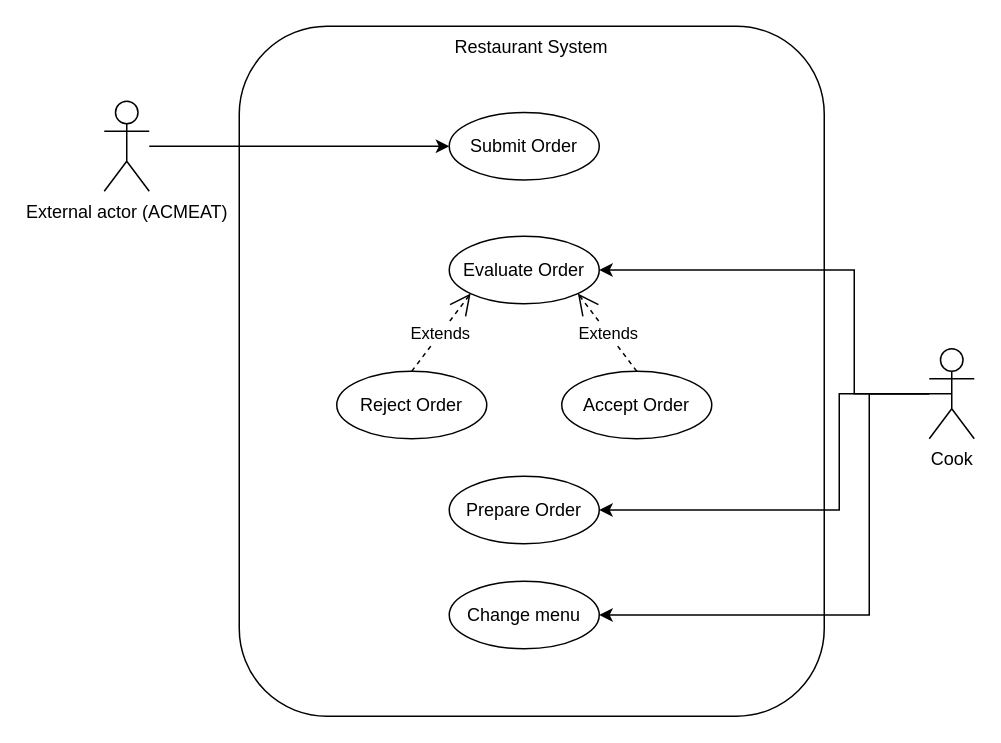
Before: restaurants/docs/UseCaseDiagram.drawio in romanellas24/ASMProject, a draw.io diagram. Source tidied: cells renumbered, new cells numbered last; positions are measured from the earlier drawing's top-left corner, leaving out a move shared by most shapes. Both pictures are drawn from the tidied source at 150%, with x=0, y=0 at pixel (104, 26).
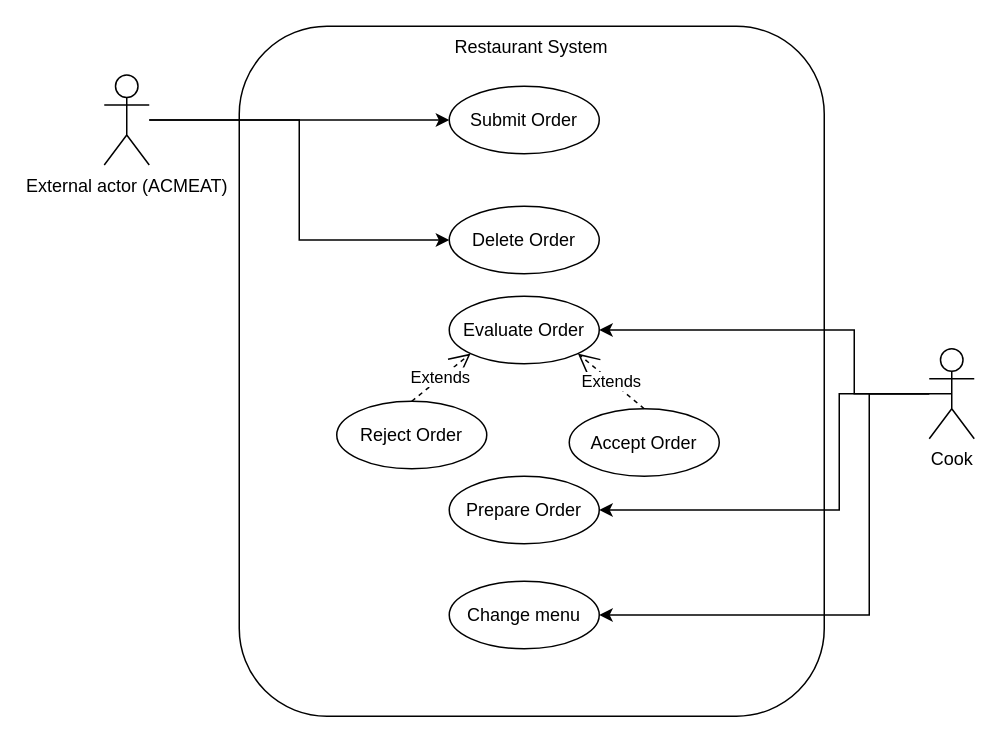
After the change.

Commit message:
useCase diagram fix

The change refers to these unchanged cells:
```xml
<mxCell id="14" value="Cook" style="shape=umlActor;verticalLabelPosition=bottom;verticalAlign=top;html=1;" parent="1" vertex="1">
  <mxGeometry x="550" y="215" width="30" height="60" as="geometry" />
</mxCell>
```

Change to the diagram source:
```diff
@@
+    <mxCell id="17" style="edgeStyle=orthogonalEdgeStyle;rounded=0;jettySize=auto;html=1;entryX=0;entryY=0.5;entryDx=0;entryDy=0;" parent="1" edge="1" source="4" target="18">
+      <mxGeometry relative="1" as="geometry" />
+    </mxCell>
     <mxCell id="4" value="External actor (ACMEAT)" style="shape=umlActor;verticalLabelPosition=bottom;verticalAlign=top;html=1;" parent="1" vertex="1">
-      <mxGeometry y="50" width="30" height="60" as="geometry" />
+      <mxGeometry y="32.5" width="30" height="60" as="geometry" />
     </mxCell>
     <mxCell id="5" value="Submit Order" style="ellipse;whiteSpace=wrap;html=1;" parent="1" vertex="1">
-      <mxGeometry x="230" y="57.5" width="100" height="45" as="geometry" />
+      <mxGeometry x="230" y="40" width="100" height="45" as="geometry" />
     </mxCell>
     <mxCell id="6" value="Evaluate Order" style="ellipse;whiteSpace=wrap;html=1;" parent="1" vertex="1">
-      <mxGeometry x="230" y="140" width="100" height="45" as="geometry" />
+      <mxGeometry x="230" y="180" width="100" height="45" as="geometry" />
     </mxCell>
     <mxCell id="7" value="Accept Order" style="ellipse;whiteSpace=wrap;html=1;" parent="1" vertex="1">
-      <mxGeometry x="305" y="230" width="100" height="45" as="geometry" />
+      <mxGeometry x="310" y="255" width="100" height="45" as="geometry" />
     </mxCell>
     <mxCell id="8" value="Reject Order" style="ellipse;whiteSpace=wrap;html=1;" parent="1" vertex="1">
-      <mxGeometry x="155" y="230" width="100" height="45" as="geometry" />
+      <mxGeometry x="155" y="250" width="100" height="45" as="geometry" />
     </mxCell>
@@
     <mxCell id="11" style="edgeStyle=orthogonalEdgeStyle;rounded=0;jettySize=auto;html=1;exitX=0.5;exitY=0.5;exitDx=0;exitDy=0;exitPerimeter=0;entryX=1;entryY=0.5;entryDx=0;entryDy=0;" parent="1" edge="1" source="14" target="6">
       <mxGeometry relative="1" as="geometry">
         <Array as="points">
           <mxPoint x="500" y="245" />
-          <mxPoint x="500" y="163" />
+          <mxPoint x="500" y="203" />
         </Array>
       </mxGeometry>
     </mxCell>
@@
+    <mxCell id="18" value="Delete Order" style="ellipse;whiteSpace=wrap;html=1;" parent="1" vertex="1">
+      <mxGeometry x="230" y="120" width="100" height="45" as="geometry" />
+    </mxCell>
```
